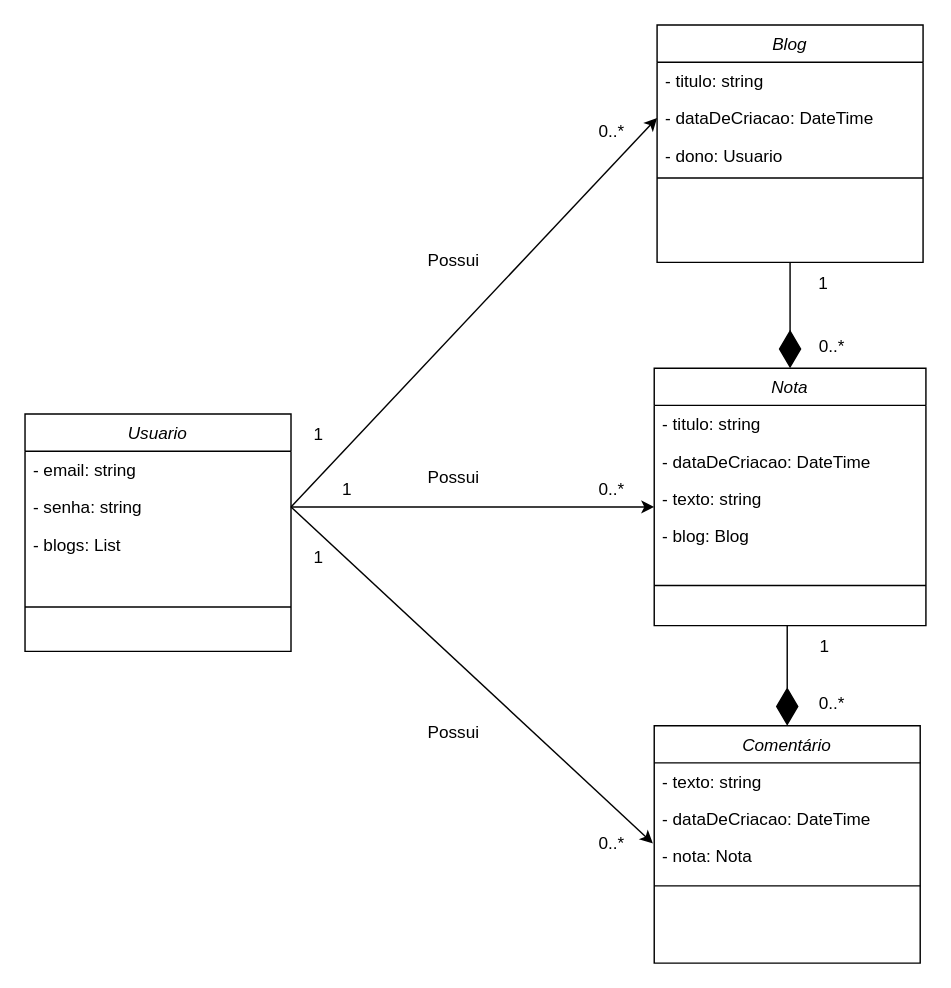
Before: Diagrama sem nome.drawio in Igortpfalcao/EngSoftware1, a draw.io diagram. Source tidied: cells renumbered, new cells numbered last; positions are measured from the earlier drawing's top-left corner, leaving out a move shared by most shapes. Both pictures are drawn from the tidied source at 143%, with x=0, y=0 at pixel (24, 24).
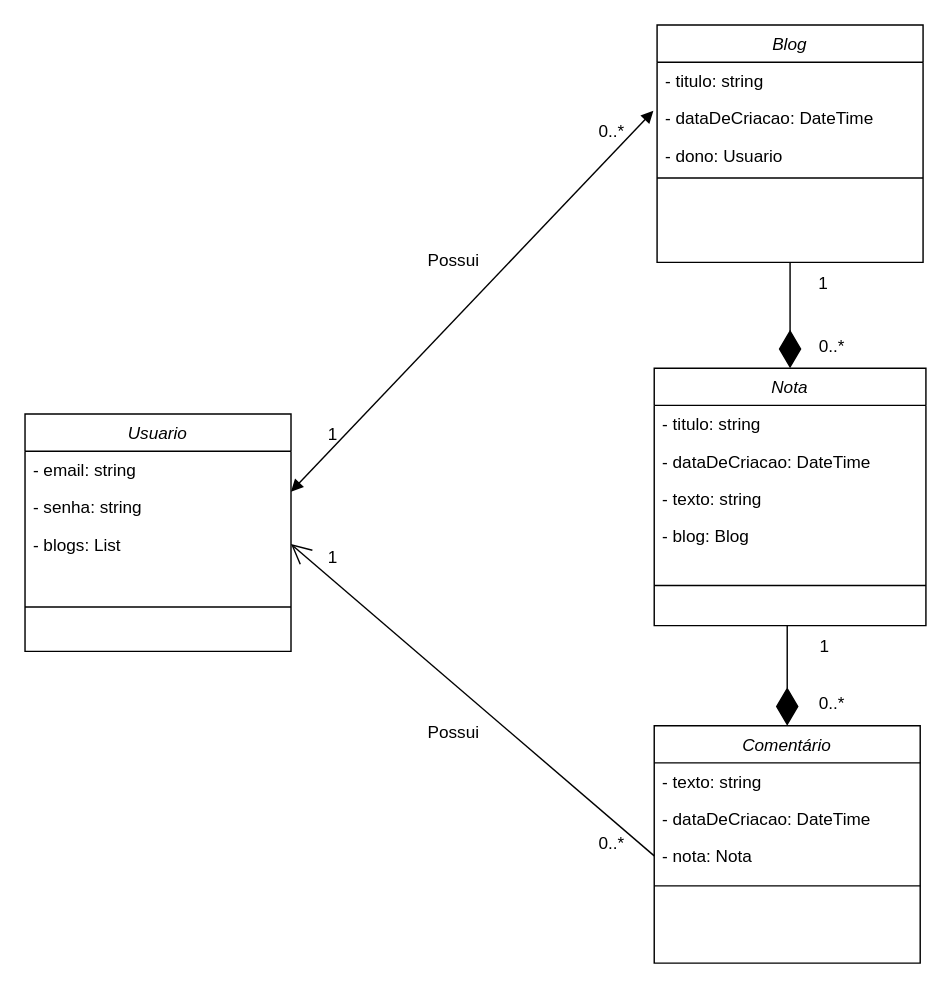
The same diagram, later.

The change refers to these unchanged cells:
```xml
<mxCell id="4" value="- dataDeCriacao: DateTime&#10;" style="text;align=left;verticalAlign=top;spacingLeft=4;spacingRight=4;overflow=hidden;points=[[0,0.5],[1,0.5]];portConstraint=eastwest;rounded=0;shadow=0;html=0;" parent="2" vertex="1">
  <mxGeometry y="52" width="186" height="26" as="geometry" />
</mxCell>
<mxCell id="10" value="- texto: string" style="text;align=left;verticalAlign=top;spacingLeft=4;spacingRight=4;overflow=hidden;points=[[0,0.5],[1,0.5]];portConstraint=eastwest;rounded=0;shadow=0;html=0;" parent="7" vertex="1">
  <mxGeometry y="78" width="190" height="26" as="geometry" />
</mxCell>
<mxCell id="16" value="- nota: Nota" style="text;align=left;verticalAlign=top;spacingLeft=4;spacingRight=4;overflow=hidden;points=[[0,0.5],[1,0.5]];portConstraint=eastwest;rounded=0;shadow=0;html=0;" parent="13" vertex="1">
  <mxGeometry y="78" width="186" height="26" as="geometry" />
</mxCell>
<mxCell id="20" value="- senha: string&#10;" style="text;align=left;verticalAlign=top;spacingLeft=4;spacingRight=4;overflow=hidden;points=[[0,0.5],[1,0.5]];portConstraint=eastwest;" parent="18" vertex="1">
  <mxGeometry y="52" width="186" height="26" as="geometry" />
</mxCell>
<mxCell id="21" value="- blogs: List&#10;" style="text;align=left;verticalAlign=top;spacingLeft=4;spacingRight=4;overflow=hidden;points=[[0,0.5],[1,0.5]];portConstraint=eastwest;" parent="18" vertex="1">
  <mxGeometry y="78" width="186" height="26" as="geometry" />
</mxCell>
```

The edit, as a diff of the source:
```diff
@@
-    <mxCell id="29" style="endArrow=classic;html=1;rounded=0;exitX=1;exitY=0.5;exitDx=0;exitDy=0;entryX=0;entryY=0.731;entryDx=0;entryDy=0;entryPerimeter=0;" parent="1" edge="1" source="20" target="10">
-      <mxGeometry relative="1" as="geometry" />
-    </mxCell>
-    <mxCell id="30" style="endArrow=classic;html=1;rounded=0;exitX=1;exitY=0.5;exitDx=0;exitDy=0;entryX=0;entryY=0.5;entryDx=0;entryDy=0;" parent="1" edge="1" source="20" target="4">
-      <mxGeometry relative="1" as="geometry" />
-    </mxCell>
-    <mxCell id="31" style="endArrow=classic;html=1;rounded=0;entryX=-0.005;entryY=0.165;entryDx=0;entryDy=0;entryPerimeter=0;exitX=1;exitY=0.5;exitDx=0;exitDy=0;" parent="1" edge="1" source="20" target="16">
-      <mxGeometry relative="1" as="geometry" />
-    </mxCell>
     <mxCell id="32" value="1" style="text;html=1;align=center;verticalAlign=middle;strokeColor=none;fillColor=none;" parent="1" vertex="1">
-      <mxGeometry x="190" y="272" width="30" height="30" as="geometry" />
+      <mxGeometry x="200" y="272" width="30" height="30" as="geometry" />
     </mxCell>
-    <mxCell id="33" value="1" style="text;html=1;align=center;verticalAlign=middle;strokeColor=none;fillColor=none;" parent="1" vertex="1">
-      <mxGeometry x="210" y="310" width="30" height="30" as="geometry" />
-    </mxCell>
     <mxCell id="34" value="1" style="text;html=1;align=center;verticalAlign=middle;strokeColor=none;fillColor=none;" parent="1" vertex="1">
-      <mxGeometry x="190" y="358" width="30" height="30" as="geometry" />
+      <mxGeometry x="200" y="358" width="30" height="30" as="geometry" />
     </mxCell>
@@
-    <mxCell id="36" value="0..*" style="text;html=1;align=center;verticalAlign=middle;strokeColor=none;fillColor=none;" parent="1" vertex="1">
-      <mxGeometry x="390" y="310" width="40" height="30" as="geometry" />
-    </mxCell>
@@
-    <mxCell id="39" value="Possui" style="text;html=1;align=center;verticalAlign=middle;whiteSpace=wrap;rounded=0;" parent="1" vertex="1">
-      <mxGeometry x="270" y="302" width="60" height="30" as="geometry" />
-    </mxCell>
@@
+    <mxCell id="41" style="endArrow=block;startArrow=block;endFill=1;startFill=1;html=1;rounded=0;exitX=1;exitY=0.5;exitDx=0;exitDy=0;entryX=-0.014;entryY=0.718;entryDx=0;entryDy=0;entryPerimeter=0;" parent="1" edge="1">
+      <mxGeometry relative="1" as="geometry">
+        <mxPoint x="186" y="326.3" as="sourcePoint" />
+        <mxPoint x="439.4" y="60" as="targetPoint" />
+      </mxGeometry>
+    </mxCell>
+    <mxCell id="42" style="endArrow=open;endFill=1;endSize=12;html=1;rounded=0;exitX=0;exitY=0.5;exitDx=0;exitDy=0;entryX=1;entryY=0.5;entryDx=0;entryDy=0;" parent="1" edge="1" source="16" target="21">
+      <mxGeometry relative="1" as="geometry" />
+    </mxCell>
```
